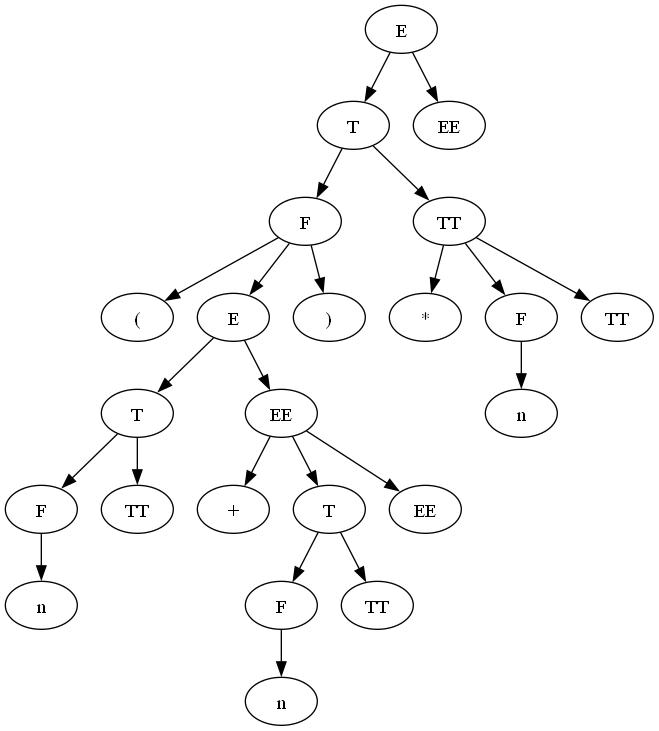
Above: lab4/graph2.png in Ultimatereo/MT (Graphviz), before the change. Its source is kept beside it as lab4/graph2.dot. Source of this version:
```dot
digraph ParserResult {
"NonTerminal[name=E]_39" [label="E"]
"NonTerminal[name=T]_37" [label="T"]
"NonTerminal[name=E]_39"->"NonTerminal[name=T]_37";
"NonTerminal[name=T]_37" [label="T"]
"NonTerminal[name=F]_31" [label="F"]
"NonTerminal[name=T]_37"->"NonTerminal[name=F]_31";
"NonTerminal[name=F]_31" [label="F"]
"Token{name='(', value='('}_17" [label="("]
"NonTerminal[name=F]_31"->"Token{name='(', value='('}_17";
"Token{name='(', value='('}_17" [label="("]
"NonTerminal[name=E]_29" [label="E"]
"NonTerminal[name=F]_31"->"NonTerminal[name=E]_29";
"NonTerminal[name=E]_29" [label="E"]
"NonTerminal[name=T]_21" [label="T"]
"NonTerminal[name=E]_29"->"NonTerminal[name=T]_21";
"NonTerminal[name=T]_21" [label="T"]
"NonTerminal[name=F]_19" [label="F"]
"NonTerminal[name=T]_21"->"NonTerminal[name=F]_19";
"NonTerminal[name=F]_19" [label="F"]
"Token{name='n', value='1'}_18" [label="n"]
"NonTerminal[name=F]_19"->"Token{name='n', value='1'}_18";
"Token{name='n', value='1'}_18" [label="n"]
"NonTerminal[name=TT]_20" [label="TT"]
"NonTerminal[name=T]_21"->"NonTerminal[name=TT]_20";
"NonTerminal[name=TT]_20" [label="TT"]
"NonTerminal[name=EE]_28" [label="EE"]
"NonTerminal[name=E]_29"->"NonTerminal[name=EE]_28";
"NonTerminal[name=EE]_28" [label="EE"]
"Token{name='+', value='+'}_22" [label="+"]
"NonTerminal[name=EE]_28"->"Token{name='+', value='+'}_22";
"Token{name='+', value='+'}_22" [label="+"]
"NonTerminal[name=T]_26" [label="T"]
"NonTerminal[name=EE]_28"->"NonTerminal[name=T]_26";
"NonTerminal[name=T]_26" [label="T"]
"NonTerminal[name=F]_24" [label="F"]
"NonTerminal[name=T]_26"->"NonTerminal[name=F]_24";
"NonTerminal[name=F]_24" [label="F"]
"Token{name='n', value='2'}_23" [label="n"]
"NonTerminal[name=F]_24"->"Token{name='n', value='2'}_23";
"Token{name='n', value='2'}_23" [label="n"]
"NonTerminal[name=TT]_25" [label="TT"]
"NonTerminal[name=T]_26"->"NonTerminal[name=TT]_25";
"NonTerminal[name=TT]_25" [label="TT"]
"NonTerminal[name=EE]_27" [label="EE"]
"NonTerminal[name=EE]_28"->"NonTerminal[name=EE]_27";
"NonTerminal[name=EE]_27" [label="EE"]
"Token{name=')', value=')'}_30" [label=")"]
"NonTerminal[name=F]_31"->"Token{name=')', value=')'}_30";
"Token{name=')', value=')'}_30" [label=")"]
"NonTerminal[name=TT]_36" [label="TT"]
"NonTerminal[name=T]_37"->"NonTerminal[name=TT]_36";
"NonTerminal[name=TT]_36" [label="TT"]
"Token{name='*', value='*'}_32" [label="*"]
"NonTerminal[name=TT]_36"->"Token{name='*', value='*'}_32";
"Token{name='*', value='*'}_32" [label="*"]
"NonTerminal[name=F]_34" [label="F"]
"NonTerminal[name=TT]_36"->"NonTerminal[name=F]_34";
"NonTerminal[name=F]_34" [label="F"]
"Token{name='n', value='3'}_33" [label="n"]
"NonTerminal[name=F]_34"->"Token{name='n', value='3'}_33";
"Token{name='n', value='3'}_33" [label="n"]
"NonTerminal[name=TT]_35" [label="TT"]
"NonTerminal[name=TT]_36"->"NonTerminal[name=TT]_35";
"NonTerminal[name=TT]_35" [label="TT"]
"NonTerminal[name=EE]_38" [label="EE"]
"NonTerminal[name=E]_39"->"NonTerminal[name=EE]_38";
"NonTerminal[name=EE]_38" [label="EE"]
}
```
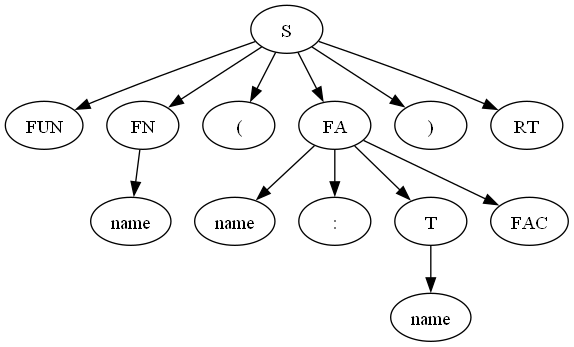
After the change.

The edit, as a diff of the source:
```diff
@@ -1,69 +1,39 @@
 digraph ParserResult {
-"NonTerminal[name=E]_39" [label="E"]
-"NonTerminal[name=T]_37" [label="T"]
-"NonTerminal[name=E]_39"->"NonTerminal[name=T]_37";
-"NonTerminal[name=T]_37" [label="T"]
-"NonTerminal[name=F]_31" [label="F"]
-"NonTerminal[name=T]_37"->"NonTerminal[name=F]_31";
-"NonTerminal[name=F]_31" [label="F"]
-"Token{name='(', value='('}_17" [label="("]
-"NonTerminal[name=F]_31"->"Token{name='(', value='('}_17";
-"Token{name='(', value='('}_17" [label="("]
-"NonTerminal[name=E]_29" [label="E"]
-"NonTerminal[name=F]_31"->"NonTerminal[name=E]_29";
-"NonTerminal[name=E]_29" [label="E"]
-"NonTerminal[name=T]_21" [label="T"]
-"NonTerminal[name=E]_29"->"NonTerminal[name=T]_21";
-"NonTerminal[name=T]_21" [label="T"]
-"NonTerminal[name=F]_19" [label="F"]
-"NonTerminal[name=T]_21"->"NonTerminal[name=F]_19";
-"NonTerminal[name=F]_19" [label="F"]
-"Token{name='n', value='1'}_18" [label="n"]
-"NonTerminal[name=F]_19"->"Token{name='n', value='1'}_18";
-"Token{name='n', value='1'}_18" [label="n"]
-"NonTerminal[name=TT]_20" [label="TT"]
-"NonTerminal[name=T]_21"->"NonTerminal[name=TT]_20";
-"NonTerminal[name=TT]_20" [label="TT"]
-"NonTerminal[name=EE]_28" [label="EE"]
-"NonTerminal[name=E]_29"->"NonTerminal[name=EE]_28";
-"NonTerminal[name=EE]_28" [label="EE"]
-"Token{name='+', value='+'}_22" [label="+"]
-"NonTerminal[name=EE]_28"->"Token{name='+', value='+'}_22";
-"Token{name='+', value='+'}_22" [label="+"]
-"NonTerminal[name=T]_26" [label="T"]
-"NonTerminal[name=EE]_28"->"NonTerminal[name=T]_26";
-"NonTerminal[name=T]_26" [label="T"]
-"NonTerminal[name=F]_24" [label="F"]
-"NonTerminal[name=T]_26"->"NonTerminal[name=F]_24";
-"NonTerminal[name=F]_24" [label="F"]
-"Token{name='n', value='2'}_23" [label="n"]
-"NonTerminal[name=F]_24"->"Token{name='n', value='2'}_23";
-"Token{name='n', value='2'}_23" [label="n"]
-"NonTerminal[name=TT]_25" [label="TT"]
-"NonTerminal[name=T]_26"->"NonTerminal[name=TT]_25";
-"NonTerminal[name=TT]_25" [label="TT"]
-"NonTerminal[name=EE]_27" [label="EE"]
-"NonTerminal[name=EE]_28"->"NonTerminal[name=EE]_27";
-"NonTerminal[name=EE]_27" [label="EE"]
-"Token{name=')', value=')'}_30" [label=")"]
-"NonTerminal[name=F]_31"->"Token{name=')', value=')'}_30";
-"Token{name=')', value=')'}_30" [label=")"]
-"NonTerminal[name=TT]_36" [label="TT"]
-"NonTerminal[name=T]_37"->"NonTerminal[name=TT]_36";
-"NonTerminal[name=TT]_36" [label="TT"]
-"Token{name='*', value='*'}_32" [label="*"]
-"NonTerminal[name=TT]_36"->"Token{name='*', value='*'}_32";
-"Token{name='*', value='*'}_32" [label="*"]
-"NonTerminal[name=F]_34" [label="F"]
-"NonTerminal[name=TT]_36"->"NonTerminal[name=F]_34";
-"NonTerminal[name=F]_34" [label="F"]
-"Token{name='n', value='3'}_33" [label="n"]
-"NonTerminal[name=F]_34"->"Token{name='n', value='3'}_33";
-"Token{name='n', value='3'}_33" [label="n"]
-"NonTerminal[name=TT]_35" [label="TT"]
-"NonTerminal[name=TT]_36"->"NonTerminal[name=TT]_35";
-"NonTerminal[name=TT]_35" [label="TT"]
-"NonTerminal[name=EE]_38" [label="EE"]
-"NonTerminal[name=E]_39"->"NonTerminal[name=EE]_38";
-"NonTerminal[name=EE]_38" [label="EE"]
+"NonTerminal[name=S]_60" [label="S"]
+"Token{name='FUN', value='fun'}_48" [label="FUN"]
+"NonTerminal[name=S]_60"->"Token{name='FUN', value='fun'}_48";
+"Token{name='FUN', value='fun'}_48" [label="FUN"]
+"NonTerminal[name=FN]_50" [label="FN"]
+"NonTerminal[name=S]_60"->"NonTerminal[name=FN]_50";
+"NonTerminal[name=FN]_50" [label="FN"]
+"Token{name='name', value='a'}_49" [label="name"]
+"NonTerminal[name=FN]_50"->"Token{name='name', value='a'}_49";
+"Token{name='name', value='a'}_49" [label="name"]
+"Token{name='(', value='('}_51" [label="("]
+"NonTerminal[name=S]_60"->"Token{name='(', value='('}_51";
+"Token{name='(', value='('}_51" [label="("]
+"NonTerminal[name=FA]_57" [label="FA"]
+"NonTerminal[name=S]_60"->"NonTerminal[name=FA]_57";
+"NonTerminal[name=FA]_57" [label="FA"]
+"Token{name='name', value='d'}_52" [label="name"]
+"NonTerminal[name=FA]_57"->"Token{name='name', value='d'}_52";
+"Token{name='name', value='d'}_52" [label="name"]
+"Token{name=':', value=':'}_53" [label=":"]
+"NonTerminal[name=FA]_57"->"Token{name=':', value=':'}_53";
+"Token{name=':', value=':'}_53" [label=":"]
+"NonTerminal[name=T]_55" [label="T"]
+"NonTerminal[name=FA]_57"->"NonTerminal[name=T]_55";
+"NonTerminal[name=T]_55" [label="T"]
+"Token{name='name', value='Int'}_54" [label="name"]
+"NonTerminal[name=T]_55"->"Token{name='name', value='Int'}_54";
+"Token{name='name', value='Int'}_54" [label="name"]
+"NonTerminal[name=FAC]_56" [label="FAC"]
+"NonTerminal[name=FA]_57"->"NonTerminal[name=FAC]_56";
+"NonTerminal[name=FAC]_56" [label="FAC"]
+"Token{name=')', value=')'}_58" [label=")"]
+"NonTerminal[name=S]_60"->"Token{name=')', value=')'}_58";
+"Token{name=')', value=')'}_58" [label=")"]
+"NonTerminal[name=RT]_59" [label="RT"]
+"NonTerminal[name=S]_60"->"NonTerminal[name=RT]_59";
+"NonTerminal[name=RT]_59" [label="RT"]
 }
```
